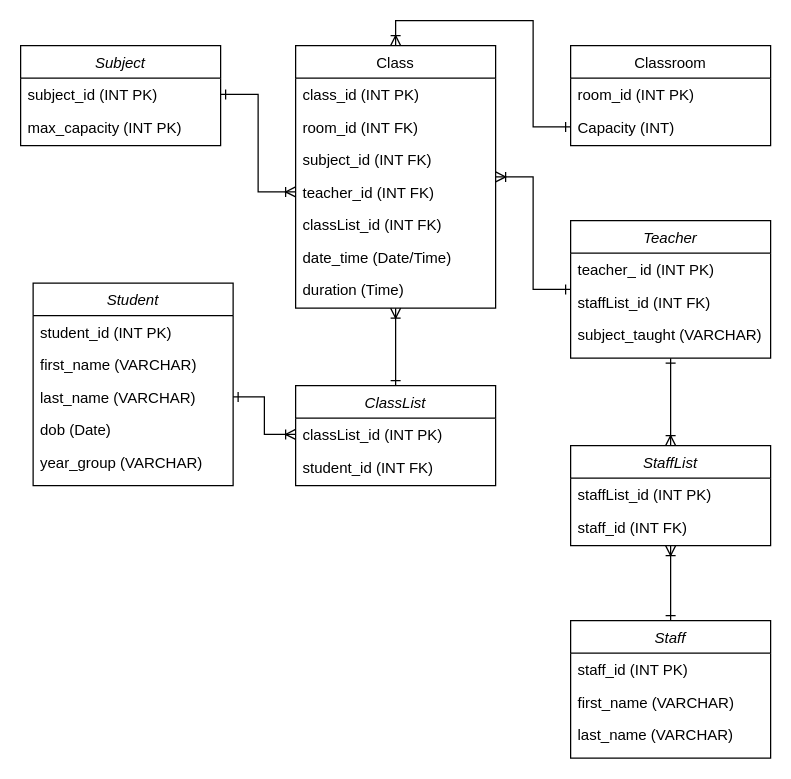
Earlier version of the draw.io diagram ERD/erd.drawio (Omar-OAT/SchoolofQA). Source tidied: cells renumbered, new cells numbered last; positions are measured from the earlier drawing's top-left corner, leaving out a move shared by most shapes. Both pictures are drawn from the tidied source at 125%, with x=0, y=0 at pixel (20, 45).
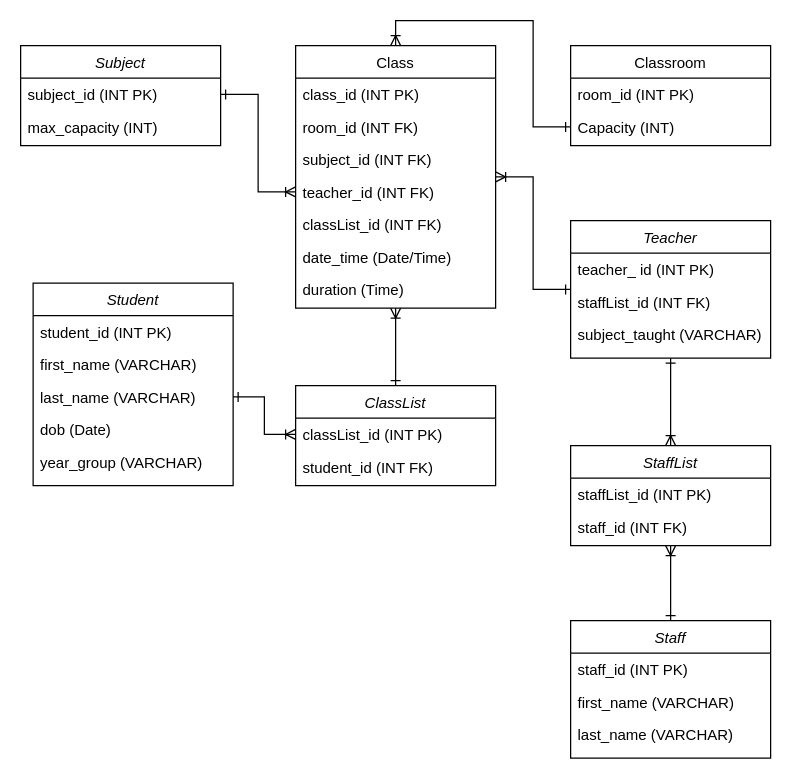
Above is the later version.

Commit message:
Fixed typo in ERD

The change refers to these unchanged cells:
```xml
<mxCell id="22" value="Subject" style="swimlane;fontStyle=2;align=center;verticalAlign=top;horizontal=1;startSize=26;rounded=0;shadow=0;strokeWidth=1;" parent="1" vertex="1">
  <mxGeometry width="160" height="80" as="geometry" />
</mxCell>
```

Change to the diagram source:
```diff
@@
-    <mxCell id="24" value="max_capacity (INT PK)" style="text;align=left;verticalAlign=top;spacingLeft=4;spacingRight=4;overflow=hidden;rounded=0;shadow=0;html=0;" parent="22" vertex="1">
+    <mxCell id="24" value="max_capacity (INT)" style="text;align=left;verticalAlign=top;spacingLeft=4;spacingRight=4;overflow=hidden;rounded=0;shadow=0;html=0;" parent="22" vertex="1">
       <mxGeometry y="52" width="160" height="26" as="geometry" />
     </mxCell>
```
